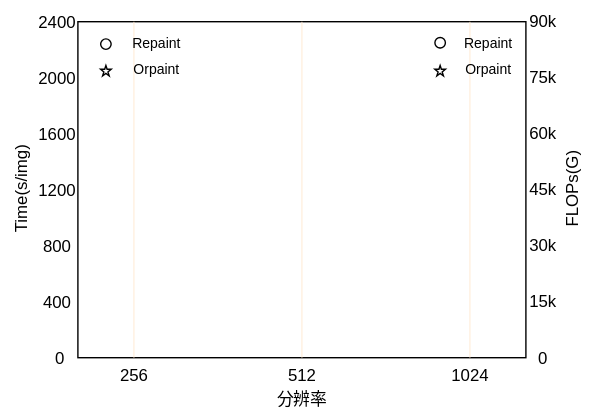
YMlinfeng/undergraduate_thesis keeps this draw.io diagram as img_in_paper/textunet.drawio.svg. Above is the earlier version. Source tidied: cells renumbered, new cells last; positions are measured from the earlier drawing's top-left corner, leaving out a move shared by most shapes.
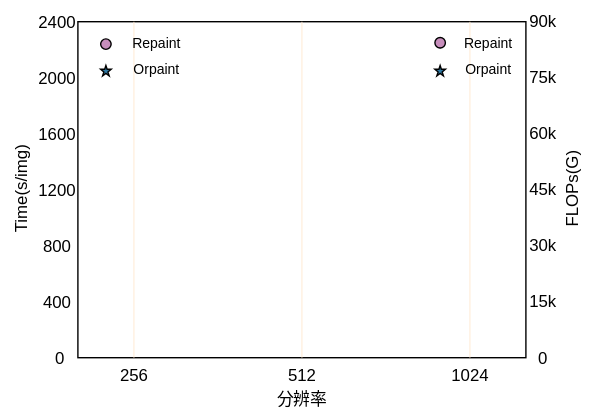
The same file after the commit.

Diff of the diagram source:
```diff
@@ -80,10 +80,10 @@
     <mxCell id="27" style="shape=waypoint;sketch=0;fillStyle=solid;size=6;fillColor=none;perimeter=centerPerimeter;" parent="1" vertex="1">
       <mxGeometry x="333.8" y="21" width="20" height="20" as="geometry" />
     </mxCell>
-    <mxCell id="28" style="verticalLabelPosition=bottom;verticalAlign=top;html=1;shape=mxgraph.basic.star;" parent="1" vertex="1">
+    <mxCell id="28" style="verticalLabelPosition=bottom;verticalAlign=top;html=1;shape=mxgraph.basic.star;fillColor=#2d79a4;" parent="1" vertex="1">
       <mxGeometry x="101.2" y="46.2" width="7.5" height="7.5" as="geometry" />
     </mxCell>
-    <mxCell id="29" style="verticalLabelPosition=bottom;verticalAlign=top;html=1;shape=mxgraph.basic.star;" parent="1" vertex="1">
+    <mxCell id="29" style="verticalLabelPosition=bottom;verticalAlign=top;html=1;shape=mxgraph.basic.star;fillColor=#2d79a4;" parent="1" vertex="1">
       <mxGeometry x="340" y="46.2" width="7.5" height="7.5" as="geometry" />
     </mxCell>
     <mxCell id="30" value="&lt;font style=&quot;font-size: 10px;&quot;&gt;Repaint&lt;/font&gt;" style="text;html=1;align=center;verticalAlign=middle;strokeColor=none;fillColor=none;" parent="1" vertex="1">
@@ -98,10 +98,10 @@
     <mxCell id="33" value="&lt;font style=&quot;font-size: 10px;&quot;&gt;Repaint&lt;/font&gt;" style="text;html=1;align=center;verticalAlign=middle;strokeColor=none;fillColor=none;" parent="1" vertex="1">
       <mxGeometry x="111" y="15" width="60" height="30" as="geometry" />
     </mxCell>
-    <mxCell id="34" style="ellipse;whiteSpace=wrap;html=1;" parent="1" vertex="1">
+    <mxCell id="34" style="ellipse;whiteSpace=wrap;html=1;fillColor=#C78EBC;" parent="1" vertex="1">
       <mxGeometry x="101.2" y="27.2" width="7.5" height="7.5" as="geometry" />
     </mxCell>
-    <mxCell id="35" style="ellipse;whiteSpace=wrap;html=1;" parent="1" vertex="1">
+    <mxCell id="35" style="ellipse;whiteSpace=wrap;html=1;fillColor=#c78ebc;" parent="1" vertex="1">
       <mxGeometry x="340" y="26.2" width="7.5" height="7.5" as="geometry" />
     </mxCell>
   </root>
```
